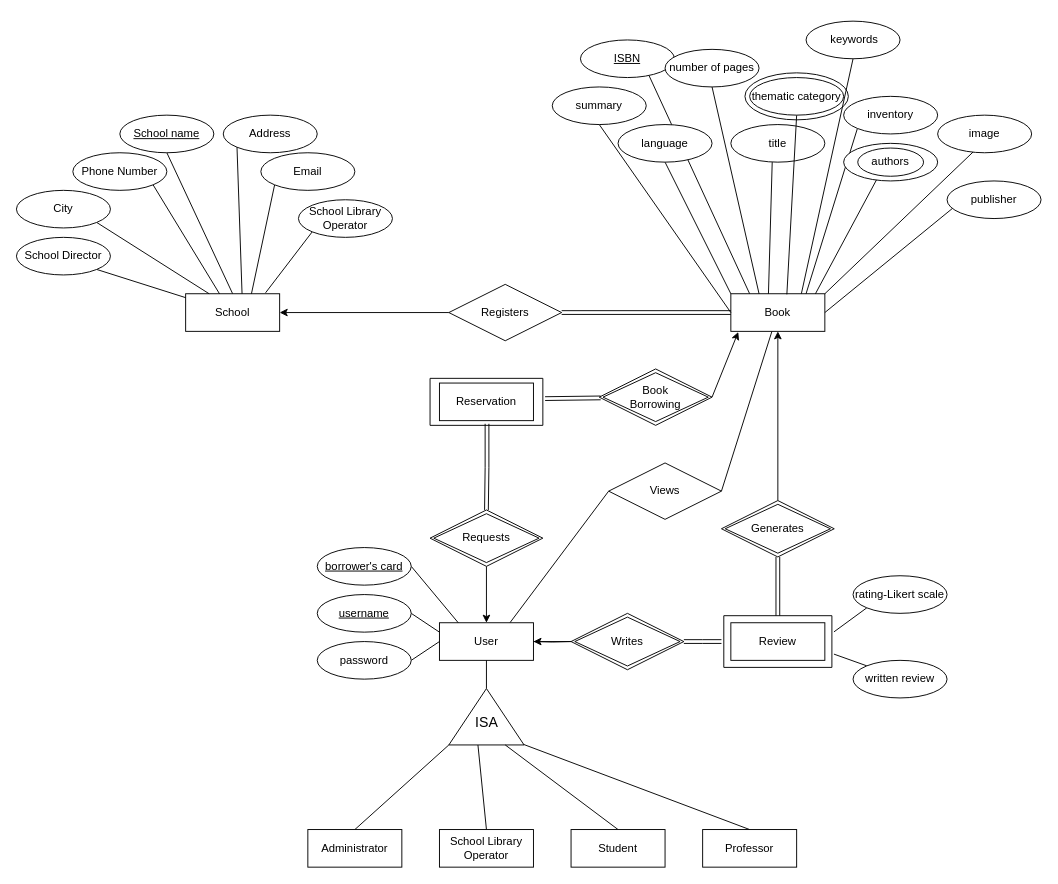
Above: diagrams/ER.drawio in ntua-el19877/Databases (draw.io), before the change. Source tidied: cells renumbered, new cells numbered last; positions are measured from the earlier drawing's top-left corner, leaving out a move shared by most shapes. Both pictures are drawn from the tidied source at 94%, with x=0, y=0 at pixel (16, 21).
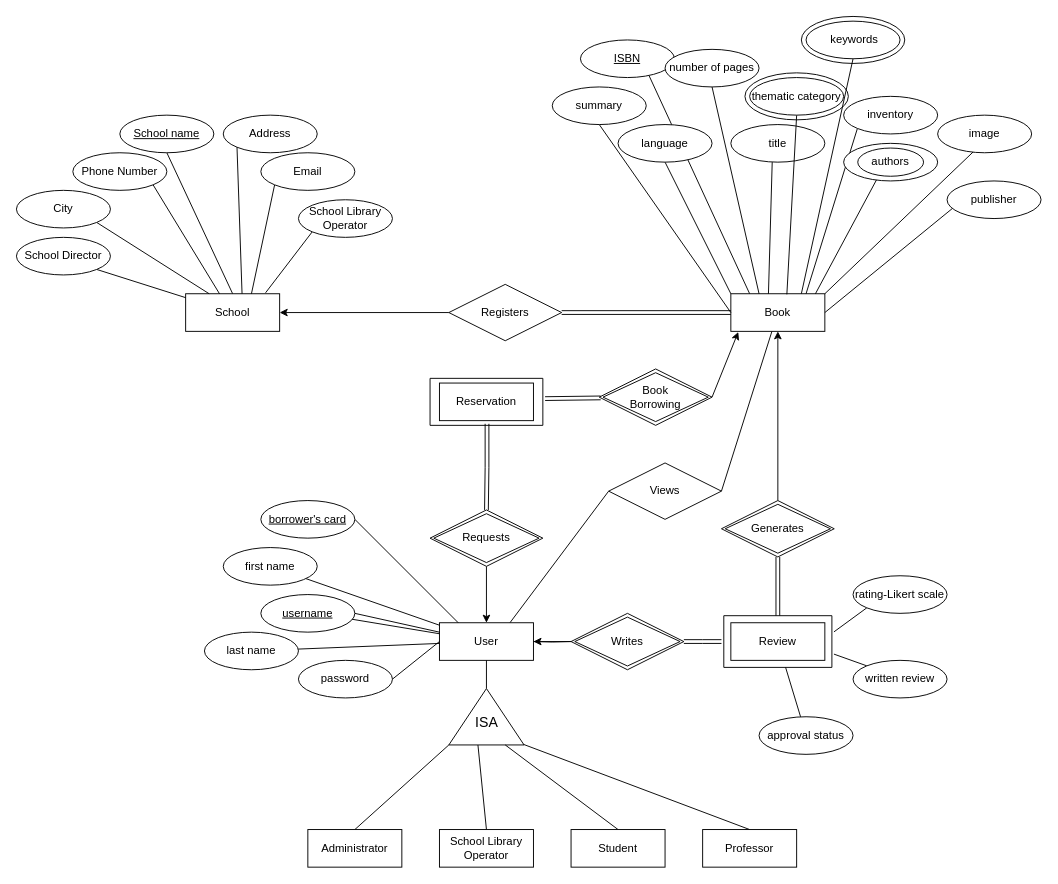
The same diagram, later.

The change refers to these unchanged cells:
```xml
<mxCell id="43" value="User" style="whiteSpace=wrap;html=1;align=center;" parent="1" vertex="1">
  <mxGeometry x="450" y="640" width="100" height="40" as="geometry" />
</mxCell>
<mxCell id="76" style="verticalLabelPosition=bottom;verticalAlign=top;html=1;shape=mxgraph.basic.rect;fillColor2=none;strokeWidth=1;size=20;indent=5;fillColor=none;" parent="1" vertex="1">
  <mxGeometry x="752.5" y="632.5" width="115" height="55" as="geometry" />
</mxCell>
```

What changed in the source:
```diff
@@
     <mxCell id="66" value="password" style="ellipse;whiteSpace=wrap;html=1;align=center;" parent="1" vertex="1">
-      <mxGeometry x="320" y="660" width="100" height="40" as="geometry" />
+      <mxGeometry x="300" y="680" width="100" height="40" as="geometry" />
     </mxCell>
@@
-    <mxCell id="82" style="rounded=0;jettySize=auto;html=1;exitX=1;exitY=0.5;exitDx=0;exitDy=0;entryX=0;entryY=0.25;entryDx=0;entryDy=0;endArrow=none;endFill=0;" parent="1" edge="1" target="83">
-      <mxGeometry relative="1" as="geometry">
-        <mxPoint x="420" y="630" as="sourcePoint" />
-      </mxGeometry>
+    <mxCell id="82" style="rounded=0;jettySize=auto;html=1;entryX=0;entryY=0.25;entryDx=0;entryDy=0;endArrow=none;endFill=0;" parent="1" edge="1" source="43" target="83">
+      <mxGeometry relative="1" as="geometry" />
     </mxCell>
     <mxCell id="83" value="username" style="ellipse;whiteSpace=wrap;html=1;align=center;fontStyle=4;" parent="1" vertex="1">
-      <mxGeometry x="320" y="610" width="100" height="40" as="geometry" />
+      <mxGeometry x="260" y="610" width="100" height="40" as="geometry" />
     </mxCell>
@@
     <mxCell id="87" value="&lt;u&gt;borrower's card&lt;/u&gt;" style="ellipse;whiteSpace=wrap;html=1;align=center;" parent="1" vertex="1">
-      <mxGeometry x="320" y="560" width="100" height="40" as="geometry" />
+      <mxGeometry x="260" y="510" width="100" height="40" as="geometry" />
     </mxCell>
+    <mxCell id="88" style="ellipse;whiteSpace=wrap;html=1;fillColor=none;" parent="1" vertex="1">
+      <mxGeometry x="835" y="-5" width="110" height="50" as="geometry" />
+    </mxCell>
+    <mxCell id="89" style="rounded=0;jettySize=auto;html=1;endArrow=none;endFill=0;" parent="1" edge="1" source="90" target="43">
+      <mxGeometry relative="1" as="geometry" />
+    </mxCell>
+    <mxCell id="90" value="last name" style="ellipse;whiteSpace=wrap;html=1;align=center;" parent="1" vertex="1">
+      <mxGeometry x="200" y="650" width="100" height="40" as="geometry" />
+    </mxCell>
+    <mxCell id="91" style="rounded=0;jettySize=auto;html=1;endArrow=none;endFill=0;" parent="1" edge="1" source="92" target="43">
+      <mxGeometry relative="1" as="geometry" />
+    </mxCell>
+    <mxCell id="92" value="first name" style="ellipse;whiteSpace=wrap;html=1;align=center;" parent="1" vertex="1">
+      <mxGeometry x="220" y="560" width="100" height="40" as="geometry" />
+    </mxCell>
+    <mxCell id="93" style="rounded=0;jettySize=auto;html=1;endArrow=none;endFill=0;" parent="1" edge="1" source="94" target="76">
+      <mxGeometry relative="1" as="geometry" />
+    </mxCell>
+    <mxCell id="94" value="approval status" style="ellipse;whiteSpace=wrap;html=1;align=center;" parent="1" vertex="1">
+      <mxGeometry x="790" y="740" width="100" height="40" as="geometry" />
+    </mxCell>
```
